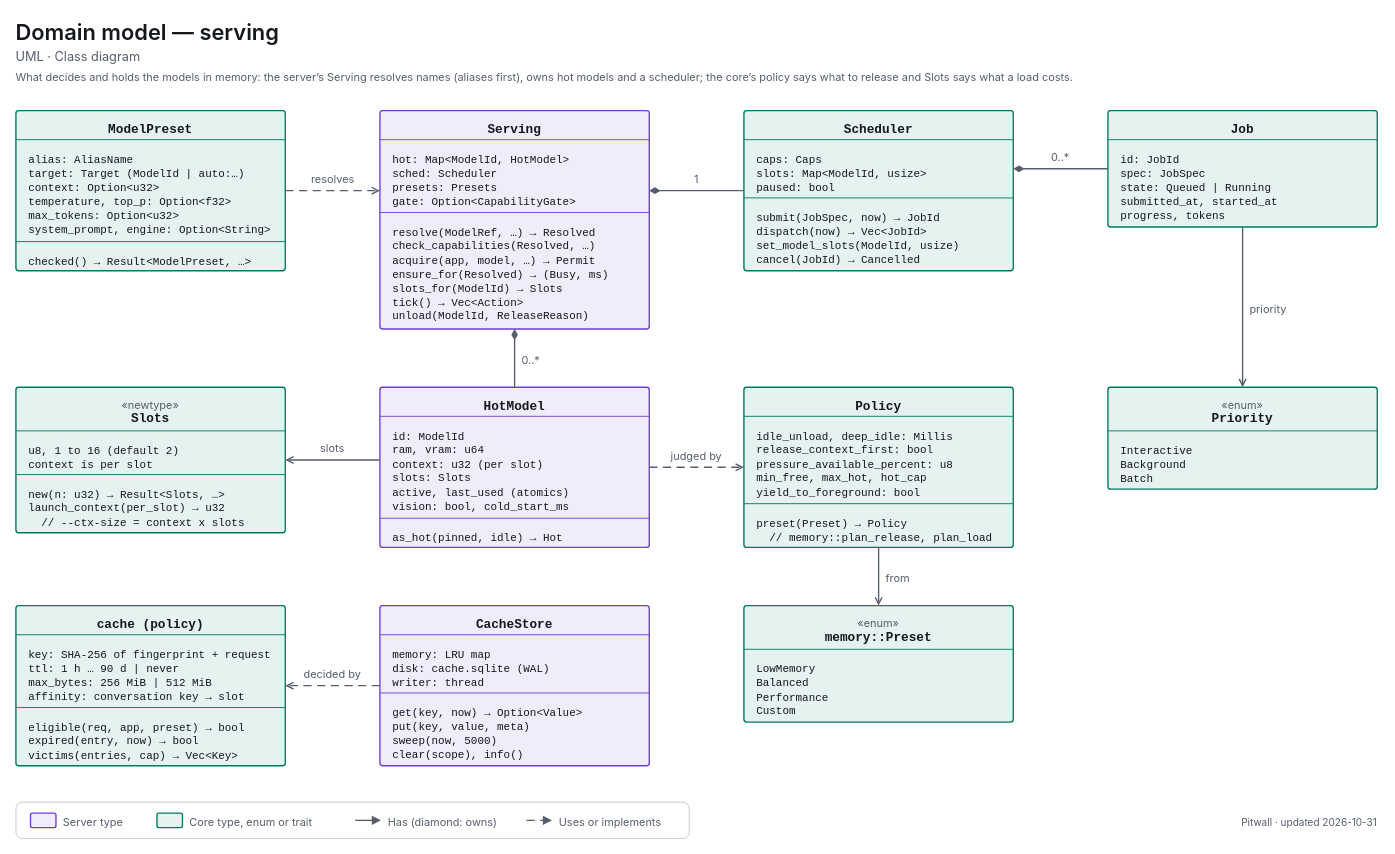
The draw.io diagram apps/pitwall/docs/diagrams/uml-class-serving.drawio in decryp7/paddock, before the edit. Source tidied: cells renumbered, new cells numbered last; positions are measured from the earlier drawing's top-left corner, leaving out a move shared by most shapes. Both pictures are drawn from the tidied source at 91%, with x=0, y=0 at pixel (15, 15).
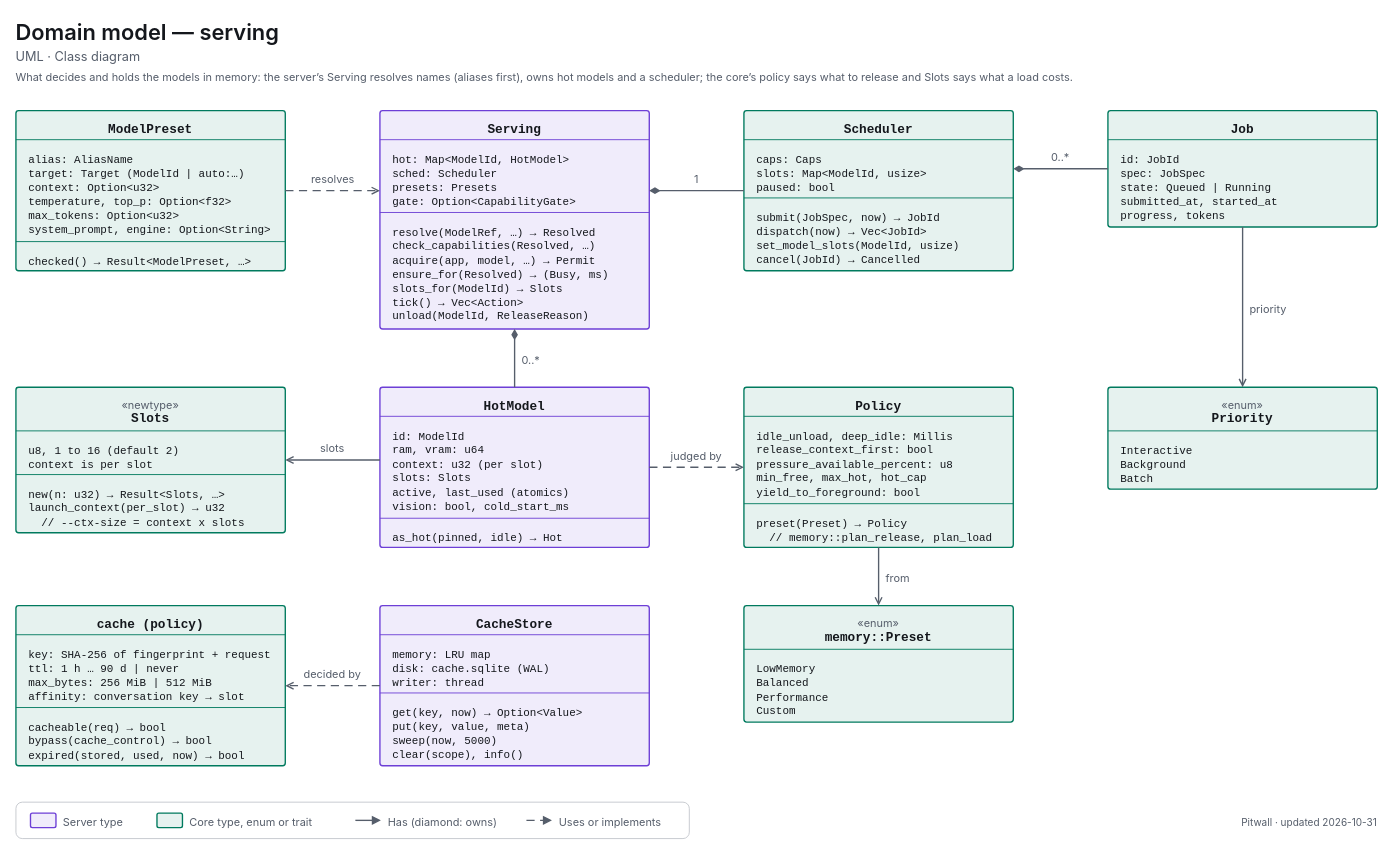
After the change.

Diff of the diagram source:
```diff
@@
-    <mxCell id="48" value="&lt;span style=&quot;font-family:ui-monospace,SF Mono,Cascadia Mono,Consolas,monospace;font-size:12px&quot;&gt;eligible(req,&amp;nbsp;app,&amp;nbsp;preset)&amp;nbsp;→&amp;nbsp;bool&lt;br&gt;expired(entry,&amp;nbsp;now)&amp;nbsp;→&amp;nbsp;bool&lt;br&gt;victims(entries,&amp;nbsp;cap)&amp;nbsp;→&amp;nbsp;Vec&amp;lt;Key&amp;gt;&lt;/span&gt;" style="html=1;whiteSpace=wrap;fontFamily=-apple-system,BlinkMacSystemFont,Segoe UI,system-ui,sans-serif;fontSize=12;fontColor=light-dark(#14171C,#ECEEF1);text;strokeColor=none;fillColor=none;align=left;verticalAlign=top;spacingLeft=12;spacingTop=8;" parent="1" vertex="1">
+    <mxCell id="48" value="&lt;span style=&quot;font-family:ui-monospace,SF Mono,Cascadia Mono,Consolas,monospace;font-size:12px&quot;&gt;cacheable(req)&amp;nbsp;→&amp;nbsp;bool&lt;br&gt;bypass(cache_control)&amp;nbsp;→&amp;nbsp;bool&lt;br&gt;expired(stored,&amp;nbsp;used,&amp;nbsp;now)&amp;nbsp;→&amp;nbsp;bool&lt;/span&gt;" style="html=1;whiteSpace=wrap;fontFamily=-apple-system,BlinkMacSystemFont,Segoe UI,system-ui,sans-serif;fontSize=12;fontColor=light-dark(#14171C,#ECEEF1);text;strokeColor=none;fillColor=none;align=left;verticalAlign=top;spacingLeft=12;spacingTop=8;" parent="1" vertex="1">
       <mxGeometry y="760" width="296" height="64" as="geometry" />
     </mxCell>
```
